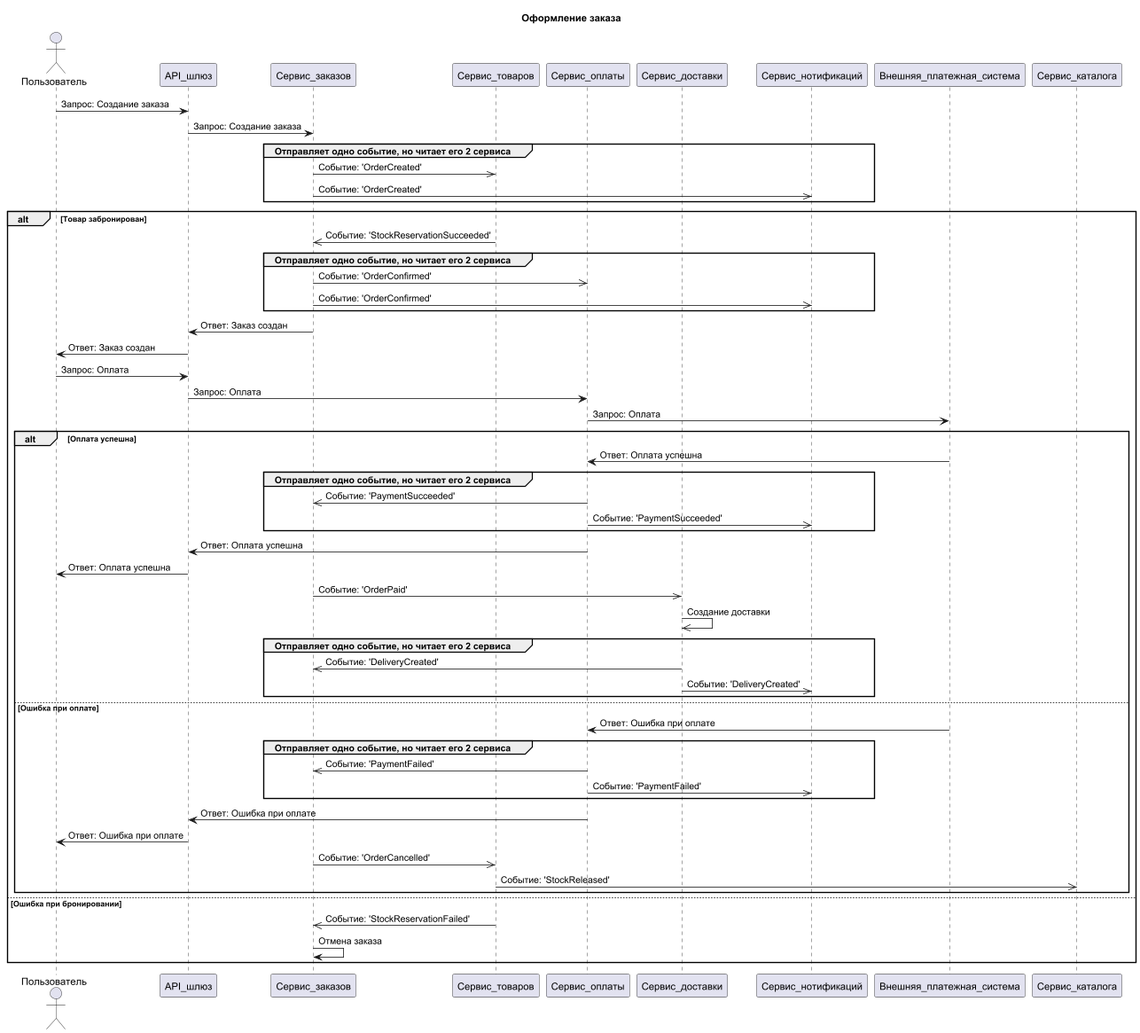
This is Task1/Оформление заказа.png from MaksimovArtem/MSA-3-NovaMarket, a PlantUML export, as it was before one commit. Source of this version:
```plantuml
@startuml

title Оформление заказа
actor Пользователь
participant API_шлюз
participant Сервис_заказов
participant Сервис_товаров
participant Сервис_оплаты
participant Сервис_доставки
participant Сервис_нотификаций
participant Внешняя_платежная_система

Пользователь -> API_шлюз : Запрос: Создание заказа
API_шлюз -> Сервис_заказов : Запрос: Создание заказа
group Отправляет одно событие, но читает его 2 сервиса
    Сервис_заказов ->> Сервис_товаров: Событие: 'OrderCreated'
    Сервис_заказов ->> Сервис_нотификаций: Событие: 'OrderCreated'
end

alt Товар забронирован

    Сервис_товаров ->> Сервис_заказов: Событие: 'StockReservationSucceeded'
    group Отправляет одно событие, но читает его 2 сервиса
        Сервис_заказов ->> Сервис_оплаты: Событие: 'OrderConfirmed'
        Сервис_заказов ->> Сервис_нотификаций: Событие: 'OrderConfirmed'
    end
    Сервис_заказов -> API_шлюз: Ответ: Заказ создан
    API_шлюз -> Пользователь: Ответ: Заказ создан

    Пользователь -> API_шлюз : Запрос: Оплата
    API_шлюз -> Сервис_оплаты : Запрос: Оплата
    Сервис_оплаты -> Внешняя_платежная_система: Запрос: Оплата

    alt Оплата успешна

        Внешняя_платежная_система -> Сервис_оплаты: Ответ: Оплата успешна
        group Отправляет одно событие, но читает его 2 сервиса
            Сервис_оплаты ->> Сервис_заказов: Событие: 'PaymentSucceeded'
            Сервис_оплаты ->> Сервис_нотификаций: Событие: 'PaymentSucceeded'
        end
        Сервис_оплаты -> API_шлюз : Ответ: Оплата успешна
        API_шлюз -> Пользователь : Ответ: Оплата успешна

        Сервис_заказов ->> Сервис_доставки: Событие: 'OrderPaid'
        Сервис_доставки ->> Сервис_доставки: Создание доставки
        group Отправляет одно событие, но читает его 2 сервиса
            Сервис_доставки ->> Сервис_заказов: Событие: 'DeliveryCreated'
            Сервис_доставки ->> Сервис_нотификаций: Событие: 'DeliveryCreated'
        end

    else Ошибка при оплате

        Внешняя_платежная_система -> Сервис_оплаты: Ответ: Ошибка при оплате
        group Отправляет одно событие, но читает его 2 сервиса
            Сервис_оплаты ->> Сервис_заказов: Событие: 'PaymentFailed'
            Сервис_оплаты ->> Сервис_нотификаций: Событие: 'PaymentFailed'
        end
        Сервис_оплаты -> API_шлюз : Ответ: Ошибка при оплате
        API_шлюз -> Пользователь : Ответ: Ошибка при оплате

        Сервис_заказов ->> Сервис_товаров: Событие: 'OrderCancelled'
        Сервис_товаров ->> Сервис_каталога: Событие: 'StockReleased'

    end

else Ошибка при бронировании

    Сервис_товаров ->> Сервис_заказов: Событие: 'StockReservationFailed'
    Сервис_заказов -> Сервис_заказов: Отмена заказа

end

@enduml
```
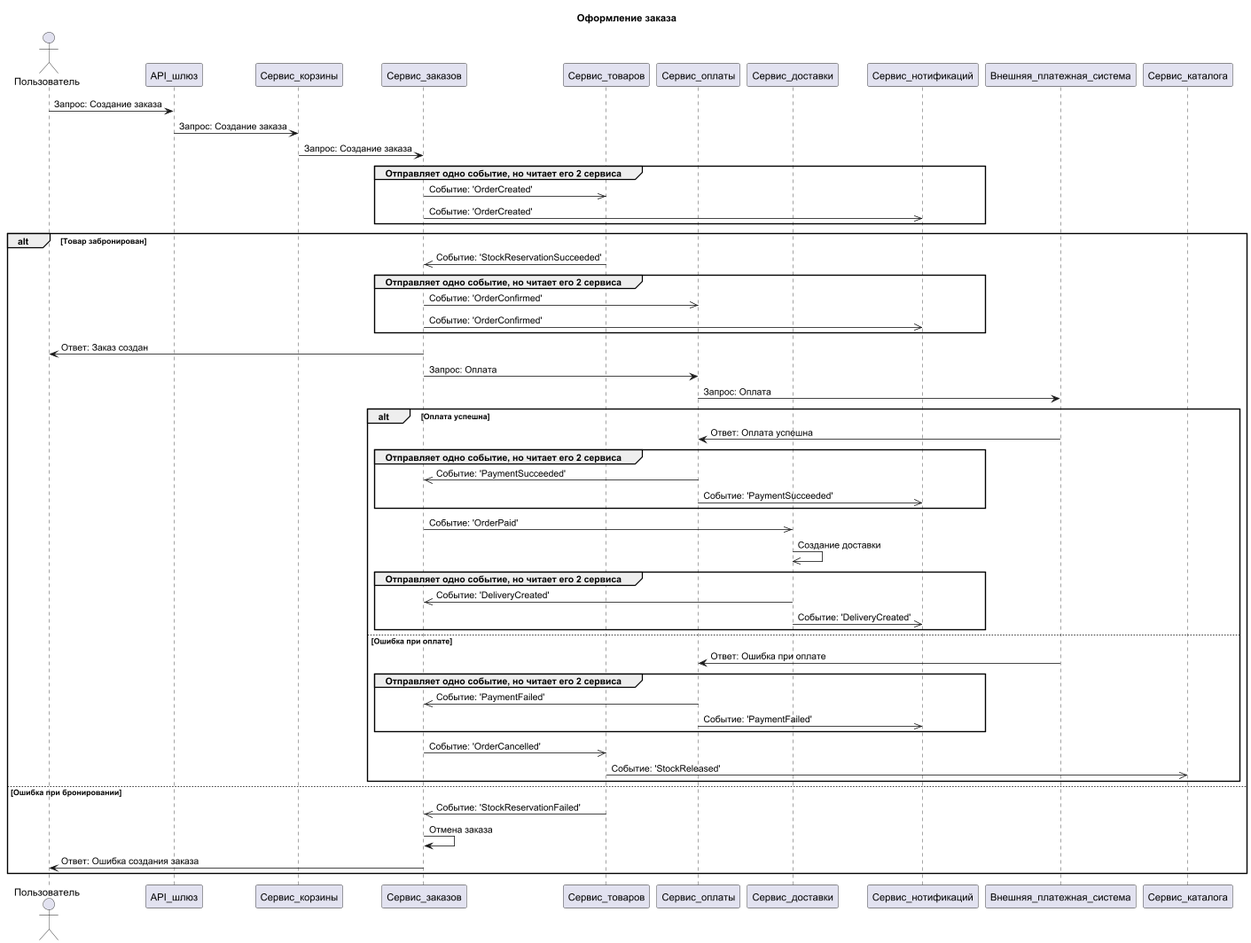
Later version of the same file.

What changed in the source:
```diff
@@ -3,6 +3,7 @@
 title Оформление заказа
 actor Пользователь
 participant API_шлюз
+participant Сервис_корзины
 participant Сервис_заказов
 participant Сервис_товаров
 participant Сервис_оплаты
@@ -11,7 +12,8 @@
 participant Внешняя_платежная_система
 
 Пользователь -> API_шлюз : Запрос: Создание заказа
-API_шлюз -> Сервис_заказов : Запрос: Создание заказа
+API_шлюз -> Сервис_корзины : Запрос: Создание заказа
+Сервис_корзины -> Сервис_заказов : Запрос: Создание заказа
 group Отправляет одно событие, но читает его 2 сервиса
     Сервис_заказов ->> Сервис_товаров: Событие: 'OrderCreated'
     Сервис_заказов ->> Сервис_нотификаций: Событие: 'OrderCreated'
@@ -24,11 +26,9 @@
         Сервис_заказов ->> Сервис_оплаты: Событие: 'OrderConfirmed'
         Сервис_заказов ->> Сервис_нотификаций: Событие: 'OrderConfirmed'
     end
-    Сервис_заказов -> API_шлюз: Ответ: Заказ создан
-    API_шлюз -> Пользователь: Ответ: Заказ создан
+    Сервис_заказов -> Пользователь: Ответ: Заказ создан
 
-    Пользователь -> API_шлюз : Запрос: Оплата
-    API_шлюз -> Сервис_оплаты : Запрос: Оплата
+    Сервис_заказов -> Сервис_оплаты : Запрос: Оплата
     Сервис_оплаты -> Внешняя_платежная_система: Запрос: Оплата
 
     alt Оплата успешна
@@ -38,8 +38,6 @@
             Сервис_оплаты ->> Сервис_заказов: Событие: 'PaymentSucceeded'
             Сервис_оплаты ->> Сервис_нотификаций: Событие: 'PaymentSucceeded'
         end
-        Сервис_оплаты -> API_шлюз : Ответ: Оплата успешна
-        API_шлюз -> Пользователь : Ответ: Оплата успешна
 
         Сервис_заказов ->> Сервис_доставки: Событие: 'OrderPaid'
         Сервис_доставки ->> Сервис_доставки: Создание доставки
@@ -55,8 +53,6 @@
             Сервис_оплаты ->> Сервис_заказов: Событие: 'PaymentFailed'
             Сервис_оплаты ->> Сервис_нотификаций: Событие: 'PaymentFailed'
         end
-        Сервис_оплаты -> API_шлюз : Ответ: Ошибка при оплате
-        API_шлюз -> Пользователь : Ответ: Ошибка при оплате
 
         Сервис_заказов ->> Сервис_товаров: Событие: 'OrderCancelled'
         Сервис_товаров ->> Сервис_каталога: Событие: 'StockReleased'
@@ -67,6 +63,8 @@
 
     Сервис_товаров ->> Сервис_заказов: Событие: 'StockReservationFailed'
     Сервис_заказов -> Сервис_заказов: Отмена заказа
+    Сервис_заказов -> Пользователь: Ответ: Ошибка создания заказа
+
 
 end
 
```
